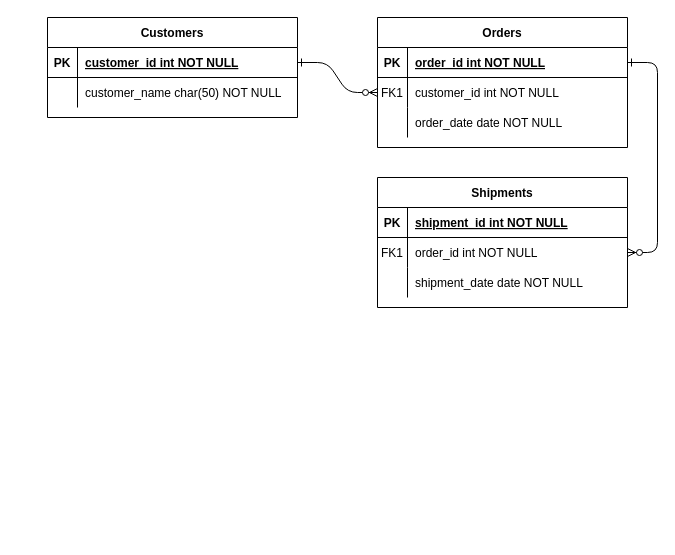
Above: img/research sharing.drawio in tamayo26/aboutthefit (draw.io), before the change. Source tidied: cells renumbered, new cells numbered last; positions are measured from the earlier drawing's top-left corner, leaving out a move shared by most shapes. Both pictures are drawn from the tidied source at 100%, with x=0, y=0 at pixel (47, 17).
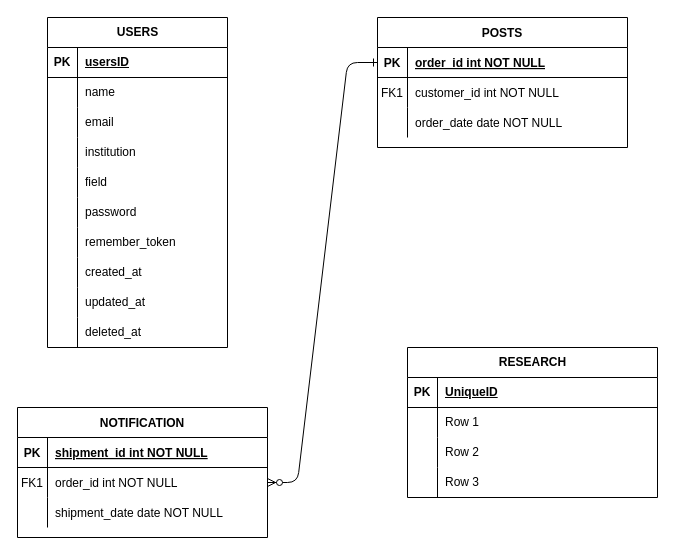
The same page after the edit.

The change refers to these unchanged cells:
```xml
<mxCell id="8" style="shape=partialRectangle;fillColor=none;points=[[0,0.5],[1,0.5]];portConstraint=eastwest;top=0;left=0;right=0;bottom=0;" parent="4" vertex="1">
  <mxGeometry y="60" width="250" height="30" as="geometry" />
</mxCell>
```

What changed in the source:
```diff
@@
-<mxGraphModel>
+<mxGraphModel background="#FFFFFF">
@@
-    <mxCell id="2" style="edgeStyle=entityRelationEdgeStyle;endArrow=ERzeroToMany;startArrow=ERone;endFill=1;startFill=0;" parent="1" edge="1" source="25" target="8">
-      <mxGeometry relative="1" as="geometry" />
-    </mxCell>
@@
-    <mxCell id="4" value="Orders" style="shape=table;startSize=30;childLayout=tableLayout;rowLines=0;fontStyle=1;align=center;" parent="1" vertex="1">
+    <mxCell id="4" value="POSTS" style="shape=table;startSize=30;childLayout=tableLayout;rowLines=0;fontStyle=1;align=center;" parent="1" vertex="1">
       <mxGeometry x="330" width="250" height="130" as="geometry" />
     </mxCell>
@@
-    <mxCell id="14" value="Shipments" style="shape=table;startSize=30;childLayout=tableLayout;rowLines=0;fontStyle=1;align=center;" parent="1" vertex="1">
-      <mxGeometry x="330" y="160" width="250" height="130" as="geometry" />
+    <mxCell id="14" value="NOTIFICATION" style="shape=table;startSize=30;childLayout=tableLayout;rowLines=0;fontStyle=1;align=center;" parent="1" vertex="1">
+      <mxGeometry x="-30" y="390" width="250" height="130" as="geometry" />
     </mxCell>
@@
-    <mxCell id="24" value="Customers" style="shape=table;startSize=30;childLayout=tableLayout;rowLines=0;fontStyle=1;align=center;" parent="1" vertex="1">
-      <mxGeometry width="250" height="100" as="geometry" />
-    </mxCell>
-    <mxCell id="25" style="shape=partialRectangle;fillColor=none;points=[[0,0.5],[1,0.5]];portConstraint=eastwest;top=0;left=0;right=0;bottom=1;" parent="24" vertex="1">
-      <mxGeometry y="30" width="250" height="30" as="geometry" />
-    </mxCell>
-    <mxCell id="26" value="PK" style="shape=partialRectangle;overflow=hidden;fillColor=none;top=0;left=0;bottom=0;right=0;fontStyle=1;" parent="25" vertex="1">
-      <mxGeometry width="30" height="30" as="geometry" />
-    </mxCell>
-    <mxCell id="27" value="customer_id int NOT NULL " style="shape=partialRectangle;overflow=hidden;fillColor=none;top=0;left=0;bottom=0;right=0;align=left;spacingLeft=6;fontStyle=5;" parent="25" vertex="1">
-      <mxGeometry x="30" width="220" height="30" as="geometry" />
-    </mxCell>
-    <mxCell id="28" style="shape=partialRectangle;fillColor=none;top=0;left=0;right=0;bottom=0;" parent="24" vertex="1">
-      <mxGeometry y="60" width="250" height="30" as="geometry" />
-    </mxCell>
-    <mxCell id="29" style="shape=partialRectangle;overflow=hidden;fillColor=none;top=0;left=0;bottom=0;right=0;" parent="28" vertex="1">
-      <mxGeometry width="30" height="30" as="geometry" />
-    </mxCell>
-    <mxCell id="30" value="customer_name char(50) NOT NULL" style="shape=partialRectangle;overflow=hidden;fillColor=none;top=0;left=0;bottom=0;right=0;align=left;spacingLeft=6;" parent="28" vertex="1">
-      <mxGeometry x="30" width="220" height="30" as="geometry" />
-    </mxCell>
+    <mxCell id="31" value="RESEARCH" style="shape=table;startSize=30;childLayout=tableLayout;rowLines=0;fontStyle=1;align=center;html=1;" parent="1" vertex="1">
+      <mxGeometry x="360" y="330" width="250" height="150" as="geometry" />
+    </mxCell>
+    <mxCell id="32" style="shape=tableRow;horizontal=0;startSize=0;swimlaneHead=0;swimlaneBody=0;fillColor=none;top=0;left=0;right=0;bottom=1;" parent="31" vertex="1">
+      <mxGeometry y="30" width="250" height="30" as="geometry" />
+    </mxCell>
+    <mxCell id="33" value="PK" style="shape=partialRectangle;fillColor=none;top=0;left=0;bottom=0;right=0;fontStyle=1;overflow=hidden;whiteSpace=wrap;html=1;" parent="32" vertex="1">
+      <mxGeometry width="30" height="30" as="geometry" />
+    </mxCell>
+    <mxCell id="34" value="UniqueID" style="shape=partialRectangle;fillColor=none;top=0;left=0;bottom=0;right=0;align=left;spacingLeft=6;fontStyle=5;overflow=hidden;whiteSpace=wrap;html=1;" parent="32" vertex="1">
+      <mxGeometry x="30" width="220" height="30" as="geometry" />
+    </mxCell>
+    <mxCell id="35" style="shape=tableRow;horizontal=0;startSize=0;swimlaneHead=0;swimlaneBody=0;fillColor=none;top=0;left=0;right=0;bottom=0;" parent="31" vertex="1">
+      <mxGeometry y="60" width="250" height="30" as="geometry" />
+    </mxCell>
+    <mxCell id="36" style="shape=partialRectangle;fillColor=none;top=0;left=0;bottom=0;right=0;overflow=hidden;whiteSpace=wrap;html=1;" parent="35" vertex="1">
+      <mxGeometry width="30" height="30" as="geometry" />
+    </mxCell>
+    <mxCell id="37" value="Row 1" style="shape=partialRectangle;fillColor=none;top=0;left=0;bottom=0;right=0;align=left;spacingLeft=6;overflow=hidden;whiteSpace=wrap;html=1;" parent="35" vertex="1">
+      <mxGeometry x="30" width="220" height="30" as="geometry" />
+    </mxCell>
+    <mxCell id="38" style="shape=tableRow;horizontal=0;startSize=0;swimlaneHead=0;swimlaneBody=0;fillColor=none;top=0;left=0;right=0;bottom=0;" parent="31" vertex="1">
+      <mxGeometry y="90" width="250" height="30" as="geometry" />
+    </mxCell>
+    <mxCell id="39" style="shape=partialRectangle;fillColor=none;top=0;left=0;bottom=0;right=0;overflow=hidden;whiteSpace=wrap;html=1;" parent="38" vertex="1">
+      <mxGeometry width="30" height="30" as="geometry" />
+    </mxCell>
+    <mxCell id="40" value="Row 2" style="shape=partialRectangle;fillColor=none;top=0;left=0;bottom=0;right=0;align=left;spacingLeft=6;overflow=hidden;whiteSpace=wrap;html=1;" parent="38" vertex="1">
+      <mxGeometry x="30" width="220" height="30" as="geometry" />
+    </mxCell>
+    <mxCell id="41" style="shape=tableRow;horizontal=0;startSize=0;swimlaneHead=0;swimlaneBody=0;fillColor=none;top=0;left=0;right=0;bottom=0;" parent="31" vertex="1">
+      <mxGeometry y="120" width="250" height="30" as="geometry" />
+    </mxCell>
+    <mxCell id="42" style="shape=partialRectangle;fillColor=none;top=0;left=0;bottom=0;right=0;overflow=hidden;whiteSpace=wrap;html=1;" parent="41" vertex="1">
+      <mxGeometry width="30" height="30" as="geometry" />
+    </mxCell>
+    <mxCell id="43" value="Row 3" style="shape=partialRectangle;fillColor=none;top=0;left=0;bottom=0;right=0;align=left;spacingLeft=6;overflow=hidden;whiteSpace=wrap;html=1;" parent="41" vertex="1">
+      <mxGeometry x="30" width="220" height="30" as="geometry" />
+    </mxCell>
+    <mxCell id="44" value="USERS" style="shape=table;startSize=30;childLayout=tableLayout;rowLines=0;fontStyle=1;align=center;html=1;" parent="1" vertex="1">
+      <mxGeometry width="180" height="330" as="geometry" />
+    </mxCell>
+    <mxCell id="45" style="shape=tableRow;horizontal=0;startSize=0;swimlaneHead=0;swimlaneBody=0;fillColor=none;top=0;left=0;right=0;bottom=1;" parent="44" vertex="1">
+      <mxGeometry y="30" width="180" height="30" as="geometry" />
+    </mxCell>
+    <mxCell id="46" value="PK" style="shape=partialRectangle;fillColor=none;top=0;left=0;bottom=0;right=0;fontStyle=1;overflow=hidden;whiteSpace=wrap;html=1;" parent="45" vertex="1">
+      <mxGeometry width="30" height="30" as="geometry" />
+    </mxCell>
+    <mxCell id="47" value="usersID" style="shape=partialRectangle;fillColor=none;top=0;left=0;bottom=0;right=0;align=left;spacingLeft=6;fontStyle=5;overflow=hidden;whiteSpace=wrap;html=1;" parent="45" vertex="1">
+      <mxGeometry x="30" width="150" height="30" as="geometry" />
+    </mxCell>
+    <mxCell id="48" style="shape=tableRow;horizontal=0;startSize=0;swimlaneHead=0;swimlaneBody=0;fillColor=none;top=0;left=0;right=0;bottom=0;" parent="44" vertex="1">
+      <mxGeometry y="60" width="180" height="30" as="geometry" />
+    </mxCell>
+    <mxCell id="49" style="shape=partialRectangle;fillColor=none;top=0;left=0;bottom=0;right=0;overflow=hidden;whiteSpace=wrap;html=1;" parent="48" vertex="1">
+      <mxGeometry width="30" height="30" as="geometry" />
+    </mxCell>
+    <mxCell id="50" value="name" style="shape=partialRectangle;fillColor=none;top=0;left=0;bottom=0;right=0;align=left;spacingLeft=6;overflow=hidden;whiteSpace=wrap;html=1;" parent="48" vertex="1">
+      <mxGeometry x="30" width="150" height="30" as="geometry" />
+    </mxCell>
+    <mxCell id="51" style="shape=tableRow;horizontal=0;startSize=0;swimlaneHead=0;swimlaneBody=0;fillColor=none;top=0;left=0;right=0;bottom=0;" parent="44" vertex="1">
+      <mxGeometry y="90" width="180" height="30" as="geometry" />
+    </mxCell>
+    <mxCell id="52" style="shape=partialRectangle;fillColor=none;top=0;left=0;bottom=0;right=0;overflow=hidden;whiteSpace=wrap;html=1;" parent="51" vertex="1">
+      <mxGeometry width="30" height="30" as="geometry" />
+    </mxCell>
+    <mxCell id="53" value="email" style="shape=partialRectangle;fillColor=none;top=0;left=0;bottom=0;right=0;align=left;spacingLeft=6;overflow=hidden;whiteSpace=wrap;html=1;" parent="51" vertex="1">
+      <mxGeometry x="30" width="150" height="30" as="geometry" />
+    </mxCell>
+    <mxCell id="54" style="shape=tableRow;horizontal=0;startSize=0;swimlaneHead=0;swimlaneBody=0;fillColor=none;top=0;left=0;right=0;bottom=0;" parent="44" vertex="1">
+      <mxGeometry y="120" width="180" height="30" as="geometry" />
+    </mxCell>
+    <mxCell id="55" style="shape=partialRectangle;fillColor=none;top=0;left=0;bottom=0;right=0;overflow=hidden;whiteSpace=wrap;html=1;" parent="54" vertex="1">
+      <mxGeometry width="30" height="30" as="geometry" />
+    </mxCell>
+    <mxCell id="56" value="institution" style="shape=partialRectangle;fillColor=none;top=0;left=0;bottom=0;right=0;align=left;spacingLeft=6;overflow=hidden;whiteSpace=wrap;html=1;" parent="54" vertex="1">
+      <mxGeometry x="30" width="150" height="30" as="geometry" />
+    </mxCell>
+    <mxCell id="57" style="shape=tableRow;horizontal=0;startSize=0;swimlaneHead=0;swimlaneBody=0;fillColor=none;top=0;left=0;right=0;bottom=0;" parent="44" vertex="1">
+      <mxGeometry y="150" width="180" height="30" as="geometry" />
+    </mxCell>
+    <mxCell id="58" style="shape=partialRectangle;fillColor=none;top=0;left=0;bottom=0;right=0;overflow=hidden;whiteSpace=wrap;html=1;" parent="57" vertex="1">
+      <mxGeometry width="30" height="30" as="geometry" />
+    </mxCell>
+    <mxCell id="59" value="field" style="shape=partialRectangle;fillColor=none;top=0;left=0;bottom=0;right=0;align=left;spacingLeft=6;overflow=hidden;whiteSpace=wrap;html=1;" parent="57" vertex="1">
+      <mxGeometry x="30" width="150" height="30" as="geometry" />
+    </mxCell>
+    <mxCell id="60" style="shape=tableRow;horizontal=0;startSize=0;swimlaneHead=0;swimlaneBody=0;fillColor=none;top=0;left=0;right=0;bottom=0;" parent="44" vertex="1">
+      <mxGeometry y="180" width="180" height="30" as="geometry" />
+    </mxCell>
+    <mxCell id="61" style="shape=partialRectangle;fillColor=none;top=0;left=0;bottom=0;right=0;overflow=hidden;whiteSpace=wrap;html=1;" parent="60" vertex="1">
+      <mxGeometry width="30" height="30" as="geometry" />
+    </mxCell>
+    <mxCell id="62" value="password" style="shape=partialRectangle;fillColor=none;top=0;left=0;bottom=0;right=0;align=left;spacingLeft=6;overflow=hidden;whiteSpace=wrap;html=1;" parent="60" vertex="1">
+      <mxGeometry x="30" width="150" height="30" as="geometry" />
+    </mxCell>
+    <mxCell id="63" style="shape=tableRow;horizontal=0;startSize=0;swimlaneHead=0;swimlaneBody=0;fillColor=none;top=0;left=0;right=0;bottom=0;" parent="44" vertex="1">
+      <mxGeometry y="210" width="180" height="30" as="geometry" />
+    </mxCell>
+    <mxCell id="64" style="shape=partialRectangle;fillColor=none;top=0;left=0;bottom=0;right=0;overflow=hidden;whiteSpace=wrap;html=1;" parent="63" vertex="1">
+      <mxGeometry width="30" height="30" as="geometry" />
+    </mxCell>
+    <mxCell id="65" value="remember_token" style="shape=partialRectangle;fillColor=none;top=0;left=0;bottom=0;right=0;align=left;spacingLeft=6;overflow=hidden;whiteSpace=wrap;html=1;" parent="63" vertex="1">
+      <mxGeometry x="30" width="150" height="30" as="geometry" />
+    </mxCell>
+    <mxCell id="66" style="shape=tableRow;horizontal=0;startSize=0;swimlaneHead=0;swimlaneBody=0;fillColor=none;top=0;left=0;right=0;bottom=0;" parent="44" vertex="1">
+      <mxGeometry y="240" width="180" height="30" as="geometry" />
+    </mxCell>
+    <mxCell id="67" style="shape=partialRectangle;fillColor=none;top=0;left=0;bottom=0;right=0;overflow=hidden;whiteSpace=wrap;html=1;" parent="66" vertex="1">
+      <mxGeometry width="30" height="30" as="geometry" />
+    </mxCell>
+    <mxCell id="68" value="created_at" style="shape=partialRectangle;fillColor=none;top=0;left=0;bottom=0;right=0;align=left;spacingLeft=6;overflow=hidden;whiteSpace=wrap;html=1;" parent="66" vertex="1">
+      <mxGeometry x="30" width="150" height="30" as="geometry" />
+    </mxCell>
+    <mxCell id="69" style="shape=tableRow;horizontal=0;startSize=0;swimlaneHead=0;swimlaneBody=0;fillColor=none;top=0;left=0;right=0;bottom=0;" parent="44" vertex="1">
+      <mxGeometry y="270" width="180" height="30" as="geometry" />
+    </mxCell>
+    <mxCell id="70" style="shape=partialRectangle;fillColor=none;top=0;left=0;bottom=0;right=0;overflow=hidden;whiteSpace=wrap;html=1;" parent="69" vertex="1">
+      <mxGeometry width="30" height="30" as="geometry" />
+    </mxCell>
+    <mxCell id="71" value="updated_at" style="shape=partialRectangle;fillColor=none;top=0;left=0;bottom=0;right=0;align=left;spacingLeft=6;overflow=hidden;whiteSpace=wrap;html=1;" parent="69" vertex="1">
+      <mxGeometry x="30" width="150" height="30" as="geometry" />
+    </mxCell>
+    <mxCell id="72" style="shape=tableRow;horizontal=0;startSize=0;swimlaneHead=0;swimlaneBody=0;fillColor=none;top=0;left=0;right=0;bottom=0;" parent="44" vertex="1">
+      <mxGeometry y="300" width="180" height="30" as="geometry" />
+    </mxCell>
+    <mxCell id="73" style="shape=partialRectangle;fillColor=none;top=0;left=0;bottom=0;right=0;overflow=hidden;whiteSpace=wrap;html=1;" parent="72" vertex="1">
+      <mxGeometry width="30" height="30" as="geometry" />
+    </mxCell>
+    <mxCell id="74" value="deleted_at" style="shape=partialRectangle;fillColor=none;top=0;left=0;bottom=0;right=0;align=left;spacingLeft=6;overflow=hidden;whiteSpace=wrap;html=1;" parent="72" vertex="1">
+      <mxGeometry x="30" width="150" height="30" as="geometry" />
+    </mxCell>
```
